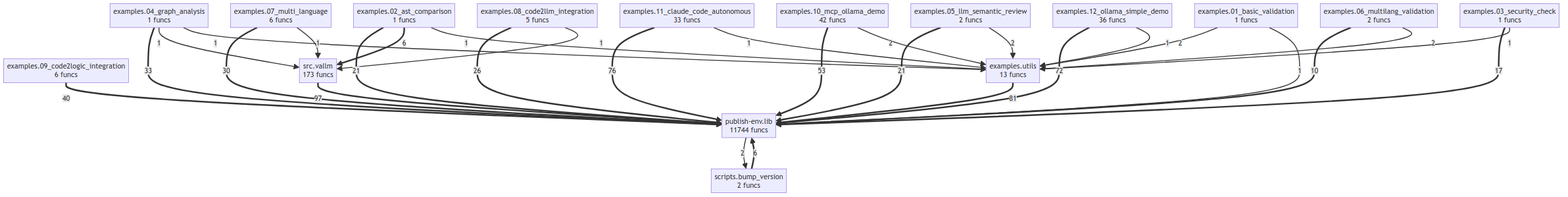
The Mermaid diagram project/compact_flow.png in semcod/vallm, before a commit. Its source is kept beside it as project/compact_flow.mmd.
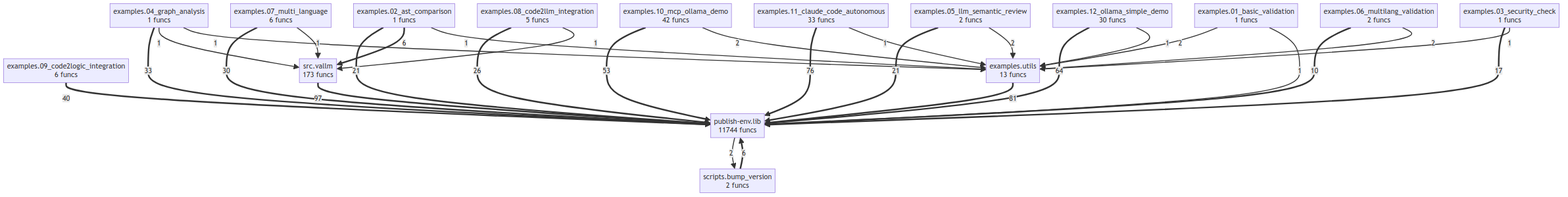
The same file after the commit.

The edit, as a diff of the source:
```diff
@@ -10,7 +10,7 @@
     examples_09_code2logic_integration["examples.09_code2logic_integration<br/>6 funcs"]
     examples_10_mcp_ollama_demo["examples.10_mcp_ollama_demo<br/>42 funcs"]
     examples_11_claude_code_autonomous["examples.11_claude_code_autonomous<br/>33 funcs"]
-    examples_12_ollama_simple_demo["examples.12_ollama_simple_demo<br/>36 funcs"]
+    examples_12_ollama_simple_demo["examples.12_ollama_simple_demo<br/>30 funcs"]
     examples_utils["examples.utils<br/>13 funcs"]
     publish_env_lib["publish-env.lib<br/>11744 funcs"]
     scripts_bump_version["scripts.bump_version<br/>2 funcs"]
@@ -18,7 +18,7 @@
     src_vallm ==>|97| publish_env_lib
     examples_utils ==>|81| publish_env_lib
     examples_11_claude_code_autonomous ==>|76| publish_env_lib
-    examples_12_ollama_simple_demo ==>|72| publish_env_lib
+    examples_12_ollama_simple_demo ==>|64| publish_env_lib
     examples_10_mcp_ollama_demo ==>|53| publish_env_lib
     examples_09_code2logic_integration ==>|40| publish_env_lib
     examples_04_graph_analysis ==>|33| publish_env_lib
@@ -35,12 +35,12 @@
     examples_01_basic_validation -->|2| examples_utils
     examples_06_multilang_validation -->|2| examples_utils
     examples_10_mcp_ollama_demo -->|2| examples_utils
-    examples_11_claude_code_autonomous -->|1| examples_utils
     examples_04_graph_analysis -->|1| src_vallm
     examples_04_graph_analysis -->|1| examples_utils
-    examples_12_ollama_simple_demo -->|1| examples_utils
+    examples_11_claude_code_autonomous -->|1| examples_utils
     examples_01_basic_validation -->|1| publish_env_lib
     examples_02_ast_comparison -->|1| examples_utils
     examples_03_security_check -->|1| examples_utils
+    examples_12_ollama_simple_demo -->|1| examples_utils
     examples_07_multi_language -->|1| src_vallm
     examples_08_code2llm_integration -->|1| src_vallm
```
